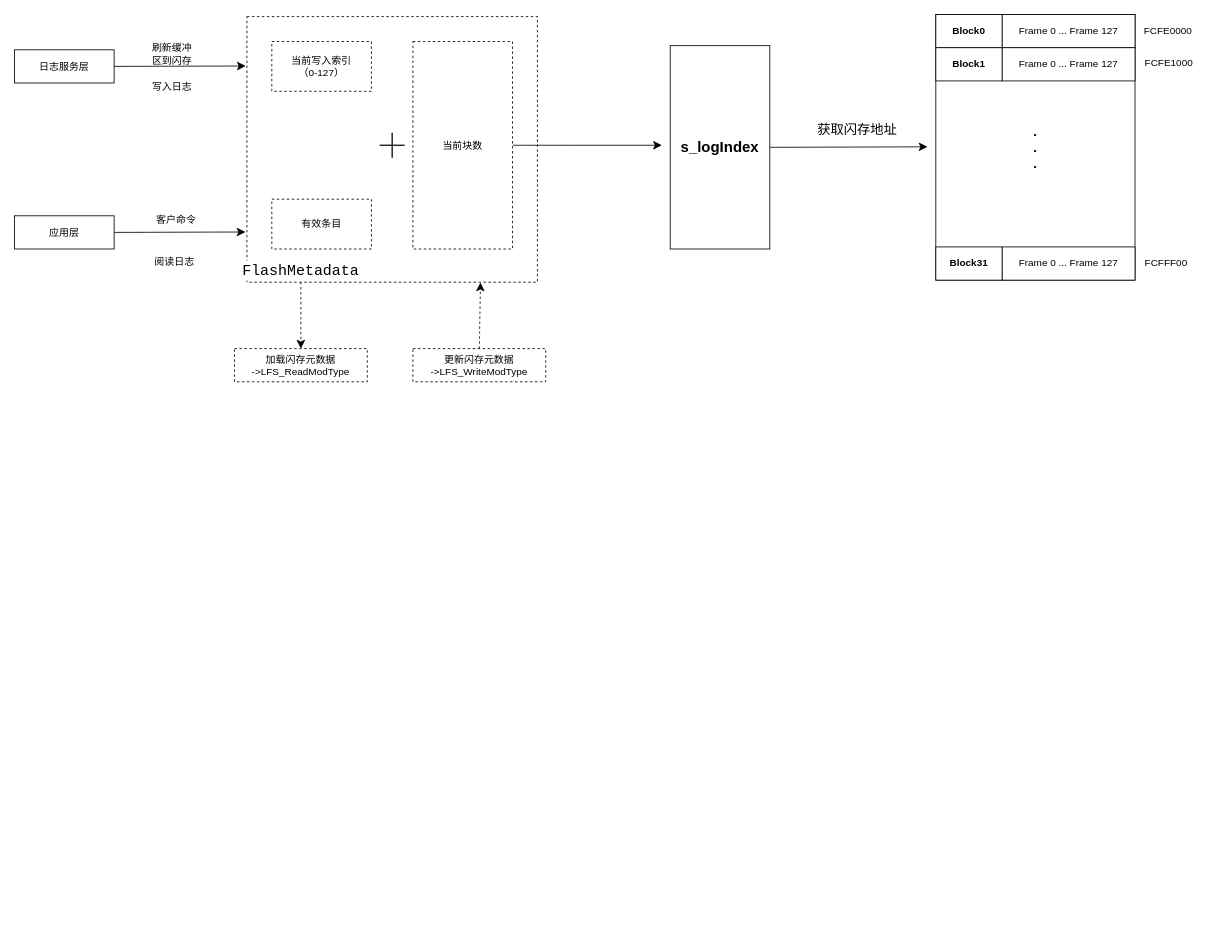
WHUT-LHT/hello-world keeps this draw.io diagram as page "第 16 页" (14 of 15) of 未命名绘图1.drawio. Above is the earlier version. Source tidied: cells renumbered, new cells numbered last; positions are measured from the earlier drawing's top-left corner, leaving out a move shared by most shapes. Both pictures are drawn from the tidied source at 83%, with x=0, y=0 at pixel (14, 14).
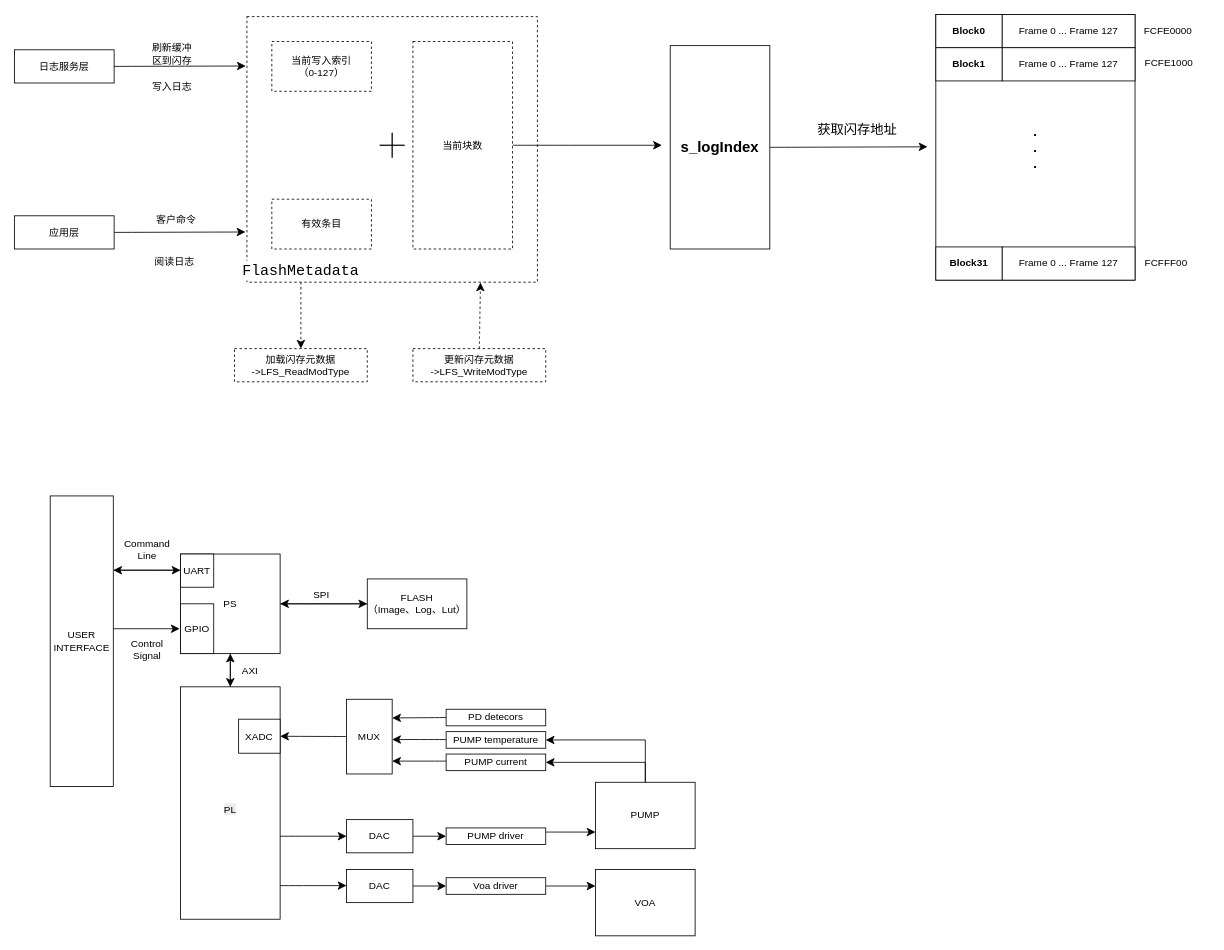
After the change.

Commit message:
更新未命名绘图1.drawio

The edit, as a diff of the source:
```diff
@@
+    <mxCell id="34" style="edgeStyle=none;curved=1;rounded=0;jettySize=auto;html=1;exitX=0.5;exitY=1;exitDx=0;exitDy=0;entryX=0.5;entryY=0;entryDx=0;entryDy=0;fontSize=12;startSize=8;endSize=8;" parent="1" edge="1" source="36" target="38">
+      <mxGeometry relative="1" as="geometry" />
+    </mxCell>
+    <mxCell id="35" style="edgeStyle=none;curved=1;rounded=0;jettySize=auto;html=1;exitX=1;exitY=0.5;exitDx=0;exitDy=0;entryX=0;entryY=0.5;entryDx=0;entryDy=0;fontSize=12;startSize=8;endSize=8;" parent="1" edge="1" source="36" target="64">
+      <mxGeometry relative="1" as="geometry" />
+    </mxCell>
+    <mxCell id="36" value="PS" style="rounded=0;whiteSpace=wrap;html=1;" parent="1" vertex="1">
+      <mxGeometry x="200" y="650" width="120" height="120" as="geometry" />
+    </mxCell>
+    <mxCell id="37" style="edgeStyle=none;curved=1;rounded=0;jettySize=auto;html=1;exitX=0.5;exitY=0;exitDx=0;exitDy=0;entryX=0.5;entryY=1;entryDx=0;entryDy=0;fontSize=12;startSize=8;endSize=8;" parent="1" edge="1" source="38" target="36">
+      <mxGeometry relative="1" as="geometry" />
+    </mxCell>
+    <mxCell id="38" value="&lt;br&gt;&lt;span style=&quot;color: rgb(0, 0, 0); font-family: Helvetica; font-size: 12px; font-style: normal; font-variant-ligatures: normal; font-variant-caps: normal; font-weight: 400; letter-spacing: normal; orphans: 2; text-align: center; text-indent: 0px; text-transform: none; widows: 2; word-spacing: 0px; -webkit-text-stroke-width: 0px; white-space: normal; background-color: rgb(236, 236, 236); text-decoration-thickness: initial; text-decoration-style: initial; text-decoration-color: initial; float: none; display: inline !important;&quot;&gt;PL&lt;/span&gt;" style="rounded=0;whiteSpace=wrap;html=1;" parent="1" vertex="1">
+      <mxGeometry x="200" y="810" width="120" height="280" as="geometry" />
+    </mxCell>
+    <mxCell id="39" value="UART" style="rounded=0;whiteSpace=wrap;html=1;" parent="1" vertex="1">
+      <mxGeometry x="200" y="650" width="40" height="40" as="geometry" />
+    </mxCell>
+    <mxCell id="40" value="XADC" style="rounded=0;whiteSpace=wrap;html=1;" parent="1" vertex="1">
+      <mxGeometry x="270" y="849" width="50" height="41" as="geometry" />
+    </mxCell>
+    <mxCell id="41" style="edgeStyle=none;curved=1;rounded=0;jettySize=auto;html=1;fontSize=12;startSize=8;endSize=8;" parent="1" edge="1" source="42" target="40">
+      <mxGeometry relative="1" as="geometry" />
+    </mxCell>
+    <mxCell id="42" value="MUX" style="rounded=0;whiteSpace=wrap;html=1;" parent="1" vertex="1">
+      <mxGeometry x="400" y="825" width="55" height="90" as="geometry" />
+    </mxCell>
+    <mxCell id="43" style="edgeStyle=none;curved=1;rounded=0;jettySize=auto;html=1;exitX=0;exitY=0.5;exitDx=0;exitDy=0;entryX=1;entryY=0.25;entryDx=0;entryDy=0;fontSize=12;startSize=8;endSize=8;" parent="1" edge="1" source="44" target="42">
+      <mxGeometry relative="1" as="geometry" />
+    </mxCell>
+    <mxCell id="44" value="PD detecors" style="rounded=0;whiteSpace=wrap;html=1;" parent="1" vertex="1">
+      <mxGeometry x="520" y="837" width="120" height="20" as="geometry" />
+    </mxCell>
+    <mxCell id="45" value="PUMP temperature" style="rounded=0;whiteSpace=wrap;html=1;" parent="1" vertex="1">
+      <mxGeometry x="520" y="864" width="120" height="20" as="geometry" />
+    </mxCell>
+    <mxCell id="46" value="PUMP current" style="rounded=0;whiteSpace=wrap;html=1;" parent="1" vertex="1">
+      <mxGeometry x="520" y="891" width="120" height="20" as="geometry" />
+    </mxCell>
+    <mxCell id="47" style="edgeStyle=none;curved=1;rounded=0;jettySize=auto;html=1;fontSize=12;startSize=8;endSize=8;" parent="1" edge="1" source="48" target="54">
+      <mxGeometry relative="1" as="geometry" />
+    </mxCell>
+    <mxCell id="48" value="DAC" style="rounded=0;whiteSpace=wrap;html=1;" parent="1" vertex="1">
+      <mxGeometry x="400" y="970" width="80" height="40" as="geometry" />
+    </mxCell>
+    <mxCell id="49" style="edgeStyle=none;curved=1;rounded=0;jettySize=auto;html=1;fontSize=12;startSize=8;endSize=8;" parent="1" edge="1" source="50" target="52">
+      <mxGeometry relative="1" as="geometry" />
+    </mxCell>
+    <mxCell id="50" value="DAC" style="rounded=0;whiteSpace=wrap;html=1;" parent="1" vertex="1">
+      <mxGeometry x="400" y="1030" width="80" height="40" as="geometry" />
+    </mxCell>
+    <mxCell id="51" style="edgeStyle=none;curved=1;rounded=0;jettySize=auto;html=1;exitX=1;exitY=0.5;exitDx=0;exitDy=0;entryX=0;entryY=0.25;entryDx=0;entryDy=0;fontSize=12;startSize=8;endSize=8;" parent="1" edge="1" source="52" target="71">
+      <mxGeometry relative="1" as="geometry" />
+    </mxCell>
+    <mxCell id="52" value="Voa driver" style="rounded=0;whiteSpace=wrap;html=1;" parent="1" vertex="1">
+      <mxGeometry x="520" y="1040" width="120" height="20" as="geometry" />
+    </mxCell>
+    <mxCell id="53" style="edgeStyle=none;curved=1;rounded=0;jettySize=auto;html=1;exitX=1;exitY=0.25;exitDx=0;exitDy=0;entryX=0;entryY=0.75;entryDx=0;entryDy=0;fontSize=12;startSize=8;endSize=8;" parent="1" edge="1" source="54" target="59">
+      <mxGeometry relative="1" as="geometry" />
+    </mxCell>
+    <mxCell id="54" value="PUMP driver" style="rounded=0;whiteSpace=wrap;html=1;" parent="1" vertex="1">
+      <mxGeometry x="520" y="980" width="120" height="20" as="geometry" />
+    </mxCell>
+    <mxCell id="55" style="endArrow=classic;html=1;rounded=0;fontSize=12;startSize=8;endSize=8;curved=1;entryX=0;entryY=0.5;entryDx=0;entryDy=0;" parent="1" edge="1" target="48">
+      <mxGeometry relative="1" as="geometry">
+        <mxPoint x="320" y="990" as="sourcePoint" />
+      </mxGeometry>
+    </mxCell>
+    <mxCell id="56" style="endArrow=classic;html=1;rounded=0;fontSize=12;startSize=8;endSize=8;curved=1;entryX=0;entryY=0.5;entryDx=0;entryDy=0;" parent="1" edge="1">
+      <mxGeometry relative="1" as="geometry">
+        <mxPoint x="320" y="1049.5" as="sourcePoint" />
+        <mxPoint x="400" y="1049.5" as="targetPoint" />
+      </mxGeometry>
+    </mxCell>
+    <mxCell id="57" style="edgeStyle=orthogonalEdgeStyle;rounded=0;jettySize=auto;html=1;exitX=0.5;exitY=0;exitDx=0;exitDy=0;entryX=1;entryY=0.5;entryDx=0;entryDy=0;fontSize=12;startSize=8;endSize=8;" parent="1" edge="1" source="59" target="45">
+      <mxGeometry relative="1" as="geometry" />
+    </mxCell>
+    <mxCell id="58" style="edgeStyle=orthogonalEdgeStyle;rounded=0;jettySize=auto;html=1;exitX=0.5;exitY=0;exitDx=0;exitDy=0;entryX=1;entryY=0.5;entryDx=0;entryDy=0;fontSize=12;startSize=8;endSize=8;" parent="1" edge="1" source="59" target="46">
+      <mxGeometry relative="1" as="geometry" />
+    </mxCell>
+    <mxCell id="59" value="PUMP" style="rounded=0;whiteSpace=wrap;html=1;" parent="1" vertex="1">
+      <mxGeometry x="700" y="925" width="120" height="80" as="geometry" />
+    </mxCell>
+    <mxCell id="60" style="edgeStyle=none;curved=1;rounded=0;orthogonalLoop=1;jettySize=auto;html=1;exitX=0;exitY=0.5;exitDx=0;exitDy=0;entryX=1;entryY=0.25;entryDx=0;entryDy=0;fontSize=12;startSize=8;endSize=8;" parent="1" edge="1">
+      <mxGeometry relative="1" as="geometry">
+        <mxPoint x="520" y="899.5" as="sourcePoint" />
+        <mxPoint x="455" y="899.5" as="targetPoint" />
+      </mxGeometry>
+    </mxCell>
+    <mxCell id="61" style="edgeStyle=none;curved=1;rounded=0;orthogonalLoop=1;jettySize=auto;html=1;exitX=0;exitY=0.5;exitDx=0;exitDy=0;entryX=1;entryY=0.25;entryDx=0;entryDy=0;fontSize=12;startSize=8;endSize=8;" parent="1" edge="1">
+      <mxGeometry relative="1" as="geometry">
+        <mxPoint x="520" y="873.5" as="sourcePoint" />
+        <mxPoint x="455" y="873.5" as="targetPoint" />
+      </mxGeometry>
+    </mxCell>
+    <mxCell id="62" value="USER&lt;div&gt;INTERFACE&lt;/div&gt;" style="rounded=0;whiteSpace=wrap;html=1;" parent="1" vertex="1">
+      <mxGeometry x="43" y="580" width="76" height="350" as="geometry" />
+    </mxCell>
+    <mxCell id="63" style="edgeStyle=none;curved=1;rounded=0;jettySize=auto;html=1;fontSize=12;startSize=8;endSize=8;" parent="1" edge="1" source="64" target="36">
+      <mxGeometry relative="1" as="geometry" />
+    </mxCell>
+    <mxCell id="64" value="FLASH&lt;br&gt;（Image、Log、Lut）" style="rounded=0;whiteSpace=wrap;html=1;" parent="1" vertex="1">
+      <mxGeometry x="425" y="680" width="120" height="60" as="geometry" />
+    </mxCell>
+    <mxCell id="65" value="GPIO" style="rounded=0;whiteSpace=wrap;html=1;" parent="1" vertex="1">
+      <mxGeometry x="200" y="710" width="40" height="60" as="geometry" />
+    </mxCell>
+    <mxCell id="66" style="endArrow=classic;html=1;rounded=0;fontSize=12;startSize=8;endSize=8;curved=1;entryX=0;entryY=0.5;entryDx=0;entryDy=0;" parent="1" edge="1">
+      <mxGeometry relative="1" as="geometry">
+        <mxPoint x="120" y="669.5" as="sourcePoint" />
+        <mxPoint x="200" y="669.5" as="targetPoint" />
+      </mxGeometry>
+    </mxCell>
+    <mxCell id="67" style="endArrow=classic;html=1;rounded=0;fontSize=12;startSize=8;endSize=8;curved=1;entryX=0;entryY=0.5;entryDx=0;entryDy=0;" parent="1" edge="1">
+      <mxGeometry relative="1" as="geometry">
+        <mxPoint x="119" y="740" as="sourcePoint" />
+        <mxPoint x="199" y="740" as="targetPoint" />
+      </mxGeometry>
+    </mxCell>
+    <mxCell id="68" value="Command&lt;br&gt;Line" style="text;html=1;whiteSpace=wrap;strokeColor=none;fillColor=none;align=center;verticalAlign=middle;rounded=0;" parent="1" vertex="1">
+      <mxGeometry x="130" y="630" width="60" height="30" as="geometry" />
+    </mxCell>
+    <mxCell id="69" value="Control&lt;br&gt;Signal" style="text;html=1;whiteSpace=wrap;strokeColor=none;fillColor=none;align=center;verticalAlign=middle;rounded=0;" parent="1" vertex="1">
+      <mxGeometry x="130" y="750" width="60" height="30" as="geometry" />
+    </mxCell>
+    <mxCell id="70" style="edgeStyle=none;curved=1;rounded=0;orthogonalLoop=1;jettySize=auto;html=1;fontSize=12;startSize=8;endSize=8;" parent="1" edge="1">
+      <mxGeometry relative="1" as="geometry">
+        <mxPoint x="199" y="669.5" as="sourcePoint" />
+        <mxPoint x="119" y="669.5" as="targetPoint" />
+      </mxGeometry>
+    </mxCell>
+    <mxCell id="71" value="VOA" style="rounded=0;whiteSpace=wrap;html=1;" parent="1" vertex="1">
+      <mxGeometry x="700" y="1030" width="120" height="80" as="geometry" />
+    </mxCell>
+    <mxCell id="72" value="SPI" style="text;html=1;whiteSpace=wrap;strokeColor=none;fillColor=none;align=center;verticalAlign=middle;rounded=0;" parent="1" vertex="1">
+      <mxGeometry x="340" y="684" width="60" height="30" as="geometry" />
+    </mxCell>
+    <mxCell id="73" value="AXI" style="text;html=1;whiteSpace=wrap;strokeColor=none;fillColor=none;align=center;verticalAlign=middle;rounded=0;" parent="1" vertex="1">
+      <mxGeometry x="254" y="776" width="60" height="30" as="geometry" />
+    </mxCell>
```
